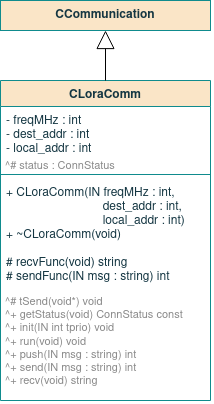
This is report/images/09sw_specification/LS/cloracomm/class.png from ESRGgroup9/slipad, a draw.io export, as it was before one commit. Source tidied: cells renumbered, new cells last; positions are measured from the earlier drawing's top-left corner, leaving out a move shared by most shapes. Source of this version:
```xml
<mxGraphModel>
  <root>
    <mxCell id="0" />
    <mxCell id="1" parent="0" />
    <mxCell id="2" value="CLoraComm" style="swimlane;fontStyle=1;align=center;verticalAlign=top;horizontal=1;startSize=26;fillColor=#FAE5C7;strokeColor=#0F8B8D;fontColor=#143642;" parent="1" vertex="1">
      <mxGeometry y="80" width="210" height="320" as="geometry" />
    </mxCell>
    <mxCell id="3" value="- freqMHz : int&#10;- dest_addr : int&#10;- local_addr : int&#10;&#10;&#10;&#10;&#10;&#10;" style="text;strokeColor=none;fillColor=none;align=left;verticalAlign=top;spacingLeft=4;spacingRight=4;overflow=hidden;fontColor=#143642;" parent="2" vertex="1">
      <mxGeometry y="26" width="210" height="64" as="geometry" />
    </mxCell>
    <mxCell id="4" style="line;strokeWidth=1;fillColor=none;align=left;verticalAlign=middle;spacingTop=-1;spacingLeft=3;spacingRight=3;labelPosition=right;labelBackgroundColor=#DAD2D8;strokeColor=#0F8B8D;fontColor=#143642;" parent="2" vertex="1">
      <mxGeometry y="90" width="210" height="8" as="geometry" />
    </mxCell>
    <mxCell id="5" value="+ CLoraComm(IN freqMHz : int,&#10;                             dest_addr : int,&#10;                             local_addr : int)&#10;+ ~CLoraComm(void)&#10;&#10;# recvFunc(void) string&#10;# sendFunc(IN msg : string) int &#10;&#10;&#10;&#10;" style="text;strokeColor=none;fillColor=none;align=left;verticalAlign=top;spacingLeft=4;spacingRight=4;overflow=hidden;fontColor=#143642;" parent="2" vertex="1">
      <mxGeometry y="98" width="210" height="222" as="geometry" />
    </mxCell>
    <mxCell id="6" value="CCommunication" style="rounded=0;whiteSpace=wrap;html=1;sketch=0;fontColor=#143642;strokeColor=#0F8B8D;fillColor=#FAE5C7;fontStyle=1;" parent="1" vertex="1">
      <mxGeometry width="210" height="30" as="geometry" />
    </mxCell>
    <mxCell id="7" style="endArrow=block;endSize=16;endFill=0;html=1;rounded=0;exitX=0.5;exitY=0;exitDx=0;exitDy=0;entryX=0.5;entryY=1;entryDx=0;entryDy=0;" parent="1" edge="1" source="2" target="6">
      <mxGeometry relative="1" as="geometry" />
    </mxCell>
    <mxCell id="8" value="&lt;div style=&quot;font-size: 11px&quot;&gt;&lt;font style=&quot;font-size: 11px&quot; color=&quot;#8A8A8A&quot;&gt;^# tSend(void*) void&lt;br&gt;&lt;/font&gt;&lt;/div&gt;&lt;div style=&quot;font-size: 11px&quot;&gt;&lt;font style=&quot;font-size: 11px&quot; color=&quot;#8A8A8A&quot;&gt;^+ getStatus(void) ConnStatus const&lt;br style=&quot;font-size: 11px&quot;&gt;&lt;/font&gt;&lt;/div&gt;&lt;div style=&quot;font-size: 11px&quot;&gt;&lt;div style=&quot;font-size: 11px&quot;&gt;&lt;font style=&quot;font-size: 11px&quot; color=&quot;#8A8A8A&quot;&gt;^+ init(IN int tprio) void&lt;/font&gt;&lt;/div&gt;&lt;font style=&quot;font-size: 11px&quot; color=&quot;#8A8A8A&quot;&gt;^+ run(void) void&lt;/font&gt;&lt;/div&gt;&lt;font style=&quot;font-size: 11px&quot; color=&quot;#8A8A8A&quot;&gt;^+ push(IN msg : string) int&lt;br style=&quot;font-size: 11px&quot;&gt;^+ send(IN msg : string) int&lt;br style=&quot;font-size: 11px&quot;&gt;^+ recv(void) string&lt;/font&gt;" style="text;html=1;align=left;verticalAlign=middle;strokeColor=none;fillColor=none;opacity=10;fontSize=11;" parent="1" vertex="1">
      <mxGeometry x="3" y="286" width="210" height="110" as="geometry" />
    </mxCell>
    <mxCell id="9" value="&lt;br&gt;&lt;div&gt;&lt;font style=&quot;font-size: 11px&quot; color=&quot;#8A8A8A&quot;&gt;^# status : ConnStatus&lt;br&gt;&lt;/font&gt;&lt;/div&gt;" style="text;html=1;align=left;verticalAlign=middle;strokeColor=none;fillColor=none;opacity=10;fontSize=11;" parent="1" vertex="1">
      <mxGeometry x="3" y="144" width="140" height="30" as="geometry" />
    </mxCell>
  </root>
</mxGraphModel>
```
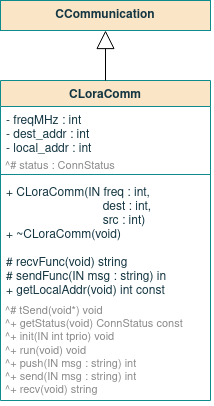
After the change.

Diff of the diagram source:
```diff
@@ -11,7 +11,7 @@
     <mxCell id="4" style="line;strokeWidth=1;fillColor=none;align=left;verticalAlign=middle;spacingTop=-1;spacingLeft=3;spacingRight=3;labelPosition=right;labelBackgroundColor=#DAD2D8;strokeColor=#0F8B8D;fontColor=#143642;" parent="2" vertex="1">
       <mxGeometry y="90" width="210" height="8" as="geometry" />
     </mxCell>
-    <mxCell id="5" value="+ CLoraComm(IN freqMHz : int,&#10;                             dest_addr : int,&#10;                             local_addr : int)&#10;+ ~CLoraComm(void)&#10;&#10;# recvFunc(void) string&#10;# sendFunc(IN msg : string) int &#10;&#10;&#10;&#10;" style="text;strokeColor=none;fillColor=none;align=left;verticalAlign=top;spacingLeft=4;spacingRight=4;overflow=hidden;fontColor=#143642;" parent="2" vertex="1">
+    <mxCell id="5" value="+ CLoraComm(IN freq : int,&#10;                             dest : int,&#10;                             src : int)&#10;+ ~CLoraComm(void)&#10;&#10;# recvFunc(void) string&#10;# sendFunc(IN msg : string) in&#10;+ getLocalAddr(void) int const &#10; &#10;&#10;&#10;&#10;" style="text;strokeColor=none;fillColor=none;align=left;verticalAlign=top;spacingLeft=4;spacingRight=4;overflow=hidden;fontColor=#143642;" parent="2" vertex="1">
       <mxGeometry y="98" width="210" height="222" as="geometry" />
     </mxCell>
     <mxCell id="6" value="CCommunication" style="rounded=0;whiteSpace=wrap;html=1;sketch=0;fontColor=#143642;strokeColor=#0F8B8D;fillColor=#FAE5C7;fontStyle=1;" parent="1" vertex="1">
@@ -21,7 +21,7 @@
       <mxGeometry relative="1" as="geometry" />
     </mxCell>
     <mxCell id="8" value="&lt;div style=&quot;font-size: 11px&quot;&gt;&lt;font style=&quot;font-size: 11px&quot; color=&quot;#8A8A8A&quot;&gt;^# tSend(void*) void&lt;br&gt;&lt;/font&gt;&lt;/div&gt;&lt;div style=&quot;font-size: 11px&quot;&gt;&lt;font style=&quot;font-size: 11px&quot; color=&quot;#8A8A8A&quot;&gt;^+ getStatus(void) ConnStatus const&lt;br style=&quot;font-size: 11px&quot;&gt;&lt;/font&gt;&lt;/div&gt;&lt;div style=&quot;font-size: 11px&quot;&gt;&lt;div style=&quot;font-size: 11px&quot;&gt;&lt;font style=&quot;font-size: 11px&quot; color=&quot;#8A8A8A&quot;&gt;^+ init(IN int tprio) void&lt;/font&gt;&lt;/div&gt;&lt;font style=&quot;font-size: 11px&quot; color=&quot;#8A8A8A&quot;&gt;^+ run(void) void&lt;/font&gt;&lt;/div&gt;&lt;font style=&quot;font-size: 11px&quot; color=&quot;#8A8A8A&quot;&gt;^+ push(IN msg : string) int&lt;br style=&quot;font-size: 11px&quot;&gt;^+ send(IN msg : string) int&lt;br style=&quot;font-size: 11px&quot;&gt;^+ recv(void) string&lt;/font&gt;" style="text;html=1;align=left;verticalAlign=middle;strokeColor=none;fillColor=none;opacity=10;fontSize=11;" parent="1" vertex="1">
-      <mxGeometry x="3" y="286" width="210" height="110" as="geometry" />
+      <mxGeometry x="3" y="295" width="210" height="110" as="geometry" />
     </mxCell>
     <mxCell id="9" value="&lt;br&gt;&lt;div&gt;&lt;font style=&quot;font-size: 11px&quot; color=&quot;#8A8A8A&quot;&gt;^# status : ConnStatus&lt;br&gt;&lt;/font&gt;&lt;/div&gt;" style="text;html=1;align=left;verticalAlign=middle;strokeColor=none;fillColor=none;opacity=10;fontSize=11;" parent="1" vertex="1">
       <mxGeometry x="3" y="144" width="140" height="30" as="geometry" />
```
